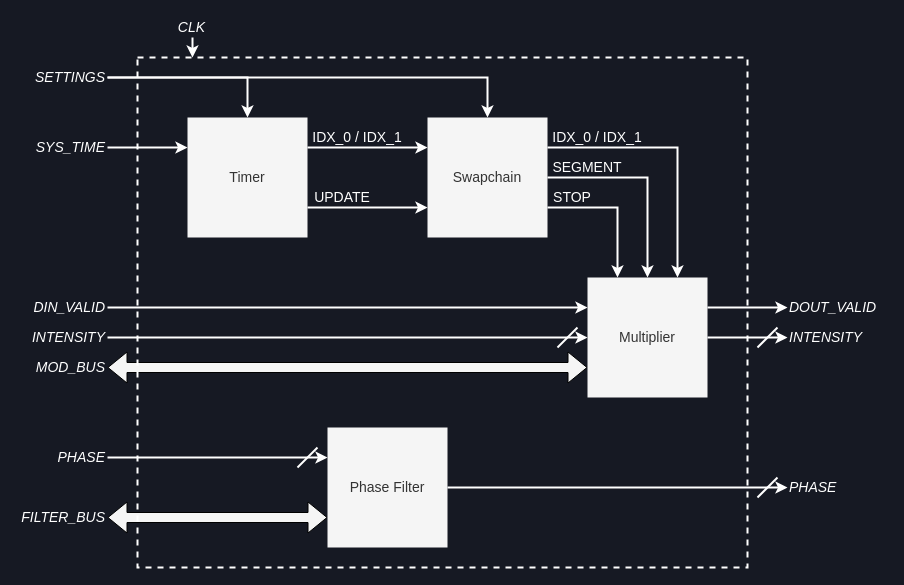
The draw.io diagram src/draw-src/fpga/modulation.drawio in shinolab/autd3-doc-v8, before the edit. Source tidied: cells renumbered, new cells numbered last; positions are measured from the earlier drawing's top-left corner, leaving out a move shared by most shapes. Both pictures are drawn from the tidied source at 100%, with x=0, y=0 at pixel (17, 17).
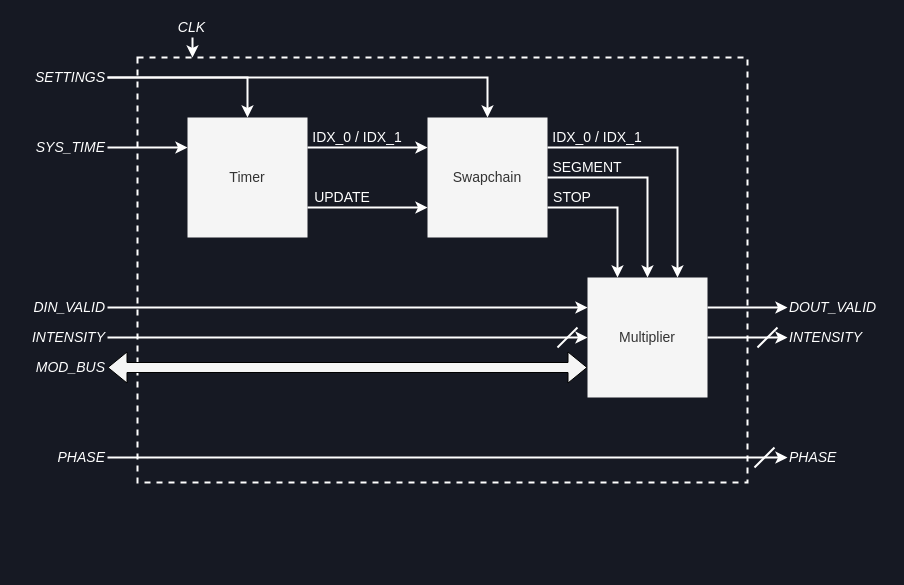
Above is the later version.

The change refers to these unchanged cells:
```xml
<mxCell id="30" value="&lt;i&gt;PHASE&lt;/i&gt;" style="text;html=1;strokeColor=none;fillColor=none;align=right;verticalAlign=middle;whiteSpace=wrap;rounded=0;labelBackgroundColor=none;fontSize=14;fontColor=#FFFFFF;" parent="1" vertex="1">
  <mxGeometry y="420" width="90" height="40" as="geometry" />
</mxCell>
```

Diff of the diagram source:
```diff
@@
+    <mxCell id="42" style="rounded=0;whiteSpace=wrap;html=1;labelBackgroundColor=none;fontSize=14;fontColor=#333333;strokeColor=#FFFFFF;strokeWidth=2;fillColor=none;dashed=1;" parent="1" vertex="1">
+      <mxGeometry x="120" y="40" width="610" height="425" as="geometry" />
+    </mxCell>
@@
-    <mxCell id="5" value="Phase Filter" style="rounded=0;whiteSpace=wrap;html=1;fontFamily=Helvetica;fontSize=14;fontColor=#333333;strokeColor=none;strokeWidth=3;fillColor=#f5f5f5;" parent="1" vertex="1">
-      <mxGeometry x="310" y="410" width="120" height="120" as="geometry" />
-    </mxCell>
@@
-    <mxCell id="31" style="edgeStyle=none;rounded=0;html=1;fontColor=#333333;strokeColor=#FFFFFF;strokeWidth=2;entryX=0;entryY=0.25;entryDx=0;entryDy=0;exitX=1;exitY=0.5;exitDx=0;exitDy=0;" parent="1" edge="1" source="30" target="5">
-      <mxGeometry relative="1" as="geometry" />
+    <mxCell id="31" style="edgeStyle=none;rounded=0;html=1;fontColor=#333333;strokeColor=#FFFFFF;strokeWidth=2;exitX=1;exitY=0.5;exitDx=0;exitDy=0;" parent="1" edge="1" source="30">
+      <mxGeometry relative="1" as="geometry">
+        <mxPoint x="770" y="440" as="targetPoint" />
+      </mxGeometry>
     </mxCell>
-    <mxCell id="32" style="endArrow=none;html=1;rounded=1;labelBackgroundColor=default;fontFamily=Helvetica;fontSize=14;fontColor=#000000;strokeColor=#FFFFFF;strokeWidth=2;shape=connector;fillColor=#f5f5f5;" parent="1" edge="1">
-      <mxGeometry relative="1" as="geometry">
-        <mxPoint x="280" y="450" as="sourcePoint" />
-        <mxPoint x="300" y="430" as="targetPoint" />
-      </mxGeometry>
-    </mxCell>
@@
     <mxCell id="37" value="&lt;i&gt;PHASE&lt;/i&gt;" style="text;html=1;strokeColor=none;fillColor=none;align=left;verticalAlign=middle;whiteSpace=wrap;rounded=0;labelBackgroundColor=none;fontSize=14;fontColor=#FFFFFF;" parent="1" vertex="1">
-      <mxGeometry x="770" y="450" width="80" height="40" as="geometry" />
+      <mxGeometry x="770" y="420" width="80" height="40" as="geometry" />
     </mxCell>
-    <mxCell id="38" style="edgeStyle=none;rounded=0;html=1;exitX=1;exitY=0.5;exitDx=0;exitDy=0;fontColor=#333333;strokeColor=#FFFFFF;strokeWidth=2;entryX=0;entryY=0.5;entryDx=0;entryDy=0;" parent="1" edge="1" source="5" target="37">
-      <mxGeometry relative="1" as="geometry" />
-    </mxCell>
     <mxCell id="39" style="endArrow=none;html=1;rounded=1;labelBackgroundColor=default;fontFamily=Helvetica;fontSize=14;fontColor=#000000;strokeColor=#FFFFFF;strokeWidth=2;shape=connector;fillColor=#f5f5f5;" parent="1" edge="1">
       <mxGeometry relative="1" as="geometry">
-        <mxPoint x="740" y="480" as="sourcePoint" />
-        <mxPoint x="760" y="460" as="targetPoint" />
+        <mxPoint x="737" y="450" as="sourcePoint" />
+        <mxPoint x="757" y="430" as="targetPoint" />
       </mxGeometry>
     </mxCell>
-    <mxCell id="40" style="shape=flexArrow;endArrow=classic;html=1;rounded=0;labelBackgroundColor=default;fontFamily=Helvetica;fontSize=14;fontColor=#000000;strokeColor=default;strokeWidth=1;jumpStyle=arc;fillColor=#f5f5f5;entryX=0;entryY=0.75;entryDx=0;entryDy=0;startArrow=block;" parent="1" edge="1" target="5">
-      <mxGeometry relative="1" as="geometry">
-        <mxPoint x="90" y="500" as="sourcePoint" />
-      </mxGeometry>
-    </mxCell>
-    <mxCell id="41" value="&lt;i&gt;FILTER_BUS&lt;/i&gt;" style="text;html=1;strokeColor=none;fillColor=none;align=right;verticalAlign=middle;whiteSpace=wrap;rounded=0;labelBackgroundColor=none;fontSize=14;fontColor=#FFFFFF;" parent="1" vertex="1">
-      <mxGeometry y="480" width="90" height="40" as="geometry" />
-    </mxCell>
-    <mxCell id="42" style="rounded=0;whiteSpace=wrap;html=1;labelBackgroundColor=none;fontSize=14;fontColor=#333333;strokeColor=#FFFFFF;strokeWidth=2;fillColor=none;dashed=1;" parent="1" vertex="1">
-      <mxGeometry x="120" y="40" width="610" height="510" as="geometry" />
-    </mxCell>
```
